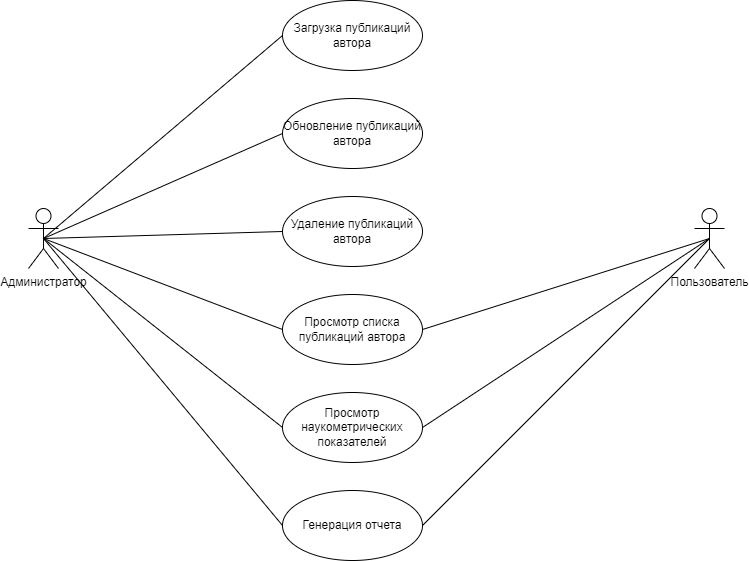
muravevaksen/PublicationsReports keeps this draw.io diagram as Диаграмма прецедентов.drawio.png. Above is the earlier version. Source tidied: cells renumbered, new cells last; positions are measured from the earlier drawing's top-left corner, leaving out a move shared by most shapes. Its diagram source:
```xml
<mxGraphModel>
  <root>
    <mxCell id="0" />
    <mxCell id="1" parent="0" />
    <mxCell id="2" value="Администратор" style="shape=umlActor;verticalLabelPosition=bottom;verticalAlign=top;html=1;" parent="1" vertex="1">
      <mxGeometry y="208" width="30" height="60" as="geometry" />
    </mxCell>
    <mxCell id="3" value="Пользователь" style="shape=umlActor;verticalLabelPosition=bottom;verticalAlign=top;html=1;" parent="1" vertex="1">
      <mxGeometry x="666" y="208" width="30" height="60" as="geometry" />
    </mxCell>
    <mxCell id="4" value="Загрузка публикаций автора" style="ellipse;whiteSpace=wrap;html=1;" parent="1" vertex="1">
      <mxGeometry x="254" width="140" height="70" as="geometry" />
    </mxCell>
    <mxCell id="5" value="Обновление публикаций автора" style="ellipse;whiteSpace=wrap;html=1;" parent="1" vertex="1">
      <mxGeometry x="254" y="98" width="140" height="70" as="geometry" />
    </mxCell>
    <mxCell id="6" value="Удаление публикаций автора" style="ellipse;whiteSpace=wrap;html=1;" parent="1" vertex="1">
      <mxGeometry x="254" y="196" width="140" height="70" as="geometry" />
    </mxCell>
    <mxCell id="7" value="Просмотр списка публикаций автора" style="ellipse;whiteSpace=wrap;html=1;" parent="1" vertex="1">
      <mxGeometry x="254" y="294" width="140" height="70" as="geometry" />
    </mxCell>
    <mxCell id="8" value="Просмотр наукометрических показателей" style="ellipse;whiteSpace=wrap;html=1;" parent="1" vertex="1">
      <mxGeometry x="254" y="392" width="140" height="70" as="geometry" />
    </mxCell>
    <mxCell id="9" value="Генерация отчета" style="ellipse;whiteSpace=wrap;html=1;" parent="1" vertex="1">
      <mxGeometry x="254" y="490" width="140" height="70" as="geometry" />
    </mxCell>
    <mxCell id="10" style="endArrow=none;html=1;rounded=0;exitX=0.5;exitY=0.5;exitDx=0;exitDy=0;exitPerimeter=0;entryX=0;entryY=0.5;entryDx=0;entryDy=0;" parent="1" edge="1" source="2" target="4">
      <mxGeometry relative="1" as="geometry" />
    </mxCell>
    <mxCell id="11" style="endArrow=none;html=1;rounded=0;exitX=0.5;exitY=0.5;exitDx=0;exitDy=0;exitPerimeter=0;entryX=0;entryY=0.5;entryDx=0;entryDy=0;" parent="1" edge="1" source="2" target="5">
      <mxGeometry relative="1" as="geometry" />
    </mxCell>
    <mxCell id="12" style="endArrow=none;html=1;rounded=0;entryX=0;entryY=0.5;entryDx=0;entryDy=0;exitX=0.5;exitY=0.5;exitDx=0;exitDy=0;exitPerimeter=0;" parent="1" edge="1" source="2" target="6">
      <mxGeometry relative="1" as="geometry" />
    </mxCell>
    <mxCell id="13" style="endArrow=none;html=1;rounded=0;exitX=0.5;exitY=0.5;exitDx=0;exitDy=0;exitPerimeter=0;entryX=0;entryY=0.5;entryDx=0;entryDy=0;" parent="1" edge="1" source="2" target="7">
      <mxGeometry relative="1" as="geometry" />
    </mxCell>
    <mxCell id="14" style="endArrow=none;html=1;rounded=0;exitX=0.5;exitY=0.5;exitDx=0;exitDy=0;exitPerimeter=0;entryX=0;entryY=0.5;entryDx=0;entryDy=0;" parent="1" edge="1" source="2" target="8">
      <mxGeometry relative="1" as="geometry" />
    </mxCell>
    <mxCell id="15" style="endArrow=none;html=1;rounded=0;exitX=0.5;exitY=0.5;exitDx=0;exitDy=0;exitPerimeter=0;entryX=0;entryY=0.5;entryDx=0;entryDy=0;" parent="1" edge="1" source="2" target="9">
      <mxGeometry relative="1" as="geometry" />
    </mxCell>
    <mxCell id="16" style="endArrow=none;html=1;rounded=0;entryX=0.5;entryY=0.5;entryDx=0;entryDy=0;entryPerimeter=0;exitX=1;exitY=0.5;exitDx=0;exitDy=0;" parent="1" edge="1" source="9" target="3">
      <mxGeometry relative="1" as="geometry" />
    </mxCell>
    <mxCell id="17" style="endArrow=none;html=1;rounded=0;entryX=0.5;entryY=0.5;entryDx=0;entryDy=0;entryPerimeter=0;exitX=1;exitY=0.5;exitDx=0;exitDy=0;" parent="1" edge="1" source="8" target="3">
      <mxGeometry relative="1" as="geometry" />
    </mxCell>
    <mxCell id="18" style="endArrow=none;html=1;rounded=0;entryX=0.5;entryY=0.5;entryDx=0;entryDy=0;entryPerimeter=0;exitX=1;exitY=0.5;exitDx=0;exitDy=0;" parent="1" edge="1" source="7" target="3">
      <mxGeometry relative="1" as="geometry" />
    </mxCell>
  </root>
</mxGraphModel>
```
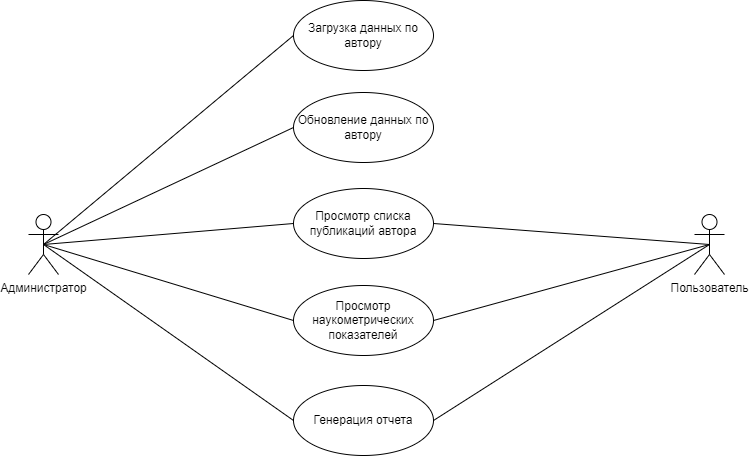
Later version of the same file.

What changed in the source:
```diff
@@ -8,23 +8,20 @@
     <mxCell id="3" value="Пользователь" style="shape=umlActor;verticalLabelPosition=bottom;verticalAlign=top;html=1;" parent="1" vertex="1">
       <mxGeometry x="666" y="208" width="30" height="60" as="geometry" />
     </mxCell>
-    <mxCell id="4" value="Загрузка публикаций автора" style="ellipse;whiteSpace=wrap;html=1;" parent="1" vertex="1">
-      <mxGeometry x="254" width="140" height="70" as="geometry" />
+    <mxCell id="4" value="Загрузка данных по автору" style="ellipse;whiteSpace=wrap;html=1;" parent="1" vertex="1">
+      <mxGeometry x="265" y="-6" width="140" height="70" as="geometry" />
     </mxCell>
-    <mxCell id="5" value="Обновление публикаций автора" style="ellipse;whiteSpace=wrap;html=1;" parent="1" vertex="1">
-      <mxGeometry x="254" y="98" width="140" height="70" as="geometry" />
+    <mxCell id="5" value="Обновление данных по автору" style="ellipse;whiteSpace=wrap;html=1;" parent="1" vertex="1">
+      <mxGeometry x="265" y="86" width="140" height="70" as="geometry" />
     </mxCell>
-    <mxCell id="6" value="Удаление публикаций автора" style="ellipse;whiteSpace=wrap;html=1;" parent="1" vertex="1">
-      <mxGeometry x="254" y="196" width="140" height="70" as="geometry" />
-    </mxCell>
     <mxCell id="7" value="Просмотр списка публикаций автора" style="ellipse;whiteSpace=wrap;html=1;" parent="1" vertex="1">
-      <mxGeometry x="254" y="294" width="140" height="70" as="geometry" />
+      <mxGeometry x="265" y="182" width="140" height="70" as="geometry" />
     </mxCell>
     <mxCell id="8" value="Просмотр наукометрических показателей" style="ellipse;whiteSpace=wrap;html=1;" parent="1" vertex="1">
-      <mxGeometry x="254" y="392" width="140" height="70" as="geometry" />
+      <mxGeometry x="265" y="279" width="140" height="70" as="geometry" />
     </mxCell>
     <mxCell id="9" value="Генерация отчета" style="ellipse;whiteSpace=wrap;html=1;" parent="1" vertex="1">
-      <mxGeometry x="254" y="490" width="140" height="70" as="geometry" />
+      <mxGeometry x="265" y="379" width="140" height="70" as="geometry" />
     </mxCell>
     <mxCell id="10" style="endArrow=none;html=1;rounded=0;exitX=0.5;exitY=0.5;exitDx=0;exitDy=0;exitPerimeter=0;entryX=0;entryY=0.5;entryDx=0;entryDy=0;" parent="1" edge="1" source="2" target="4">
       <mxGeometry relative="1" as="geometry" />
@@ -32,9 +29,6 @@
     <mxCell id="11" style="endArrow=none;html=1;rounded=0;exitX=0.5;exitY=0.5;exitDx=0;exitDy=0;exitPerimeter=0;entryX=0;entryY=0.5;entryDx=0;entryDy=0;" parent="1" edge="1" source="2" target="5">
       <mxGeometry relative="1" as="geometry" />
     </mxCell>
-    <mxCell id="12" style="endArrow=none;html=1;rounded=0;entryX=0;entryY=0.5;entryDx=0;entryDy=0;exitX=0.5;exitY=0.5;exitDx=0;exitDy=0;exitPerimeter=0;" parent="1" edge="1" source="2" target="6">
-      <mxGeometry relative="1" as="geometry" />
-    </mxCell>
     <mxCell id="13" style="endArrow=none;html=1;rounded=0;exitX=0.5;exitY=0.5;exitDx=0;exitDy=0;exitPerimeter=0;entryX=0;entryY=0.5;entryDx=0;entryDy=0;" parent="1" edge="1" source="2" target="7">
       <mxGeometry relative="1" as="geometry" />
     </mxCell>
```
